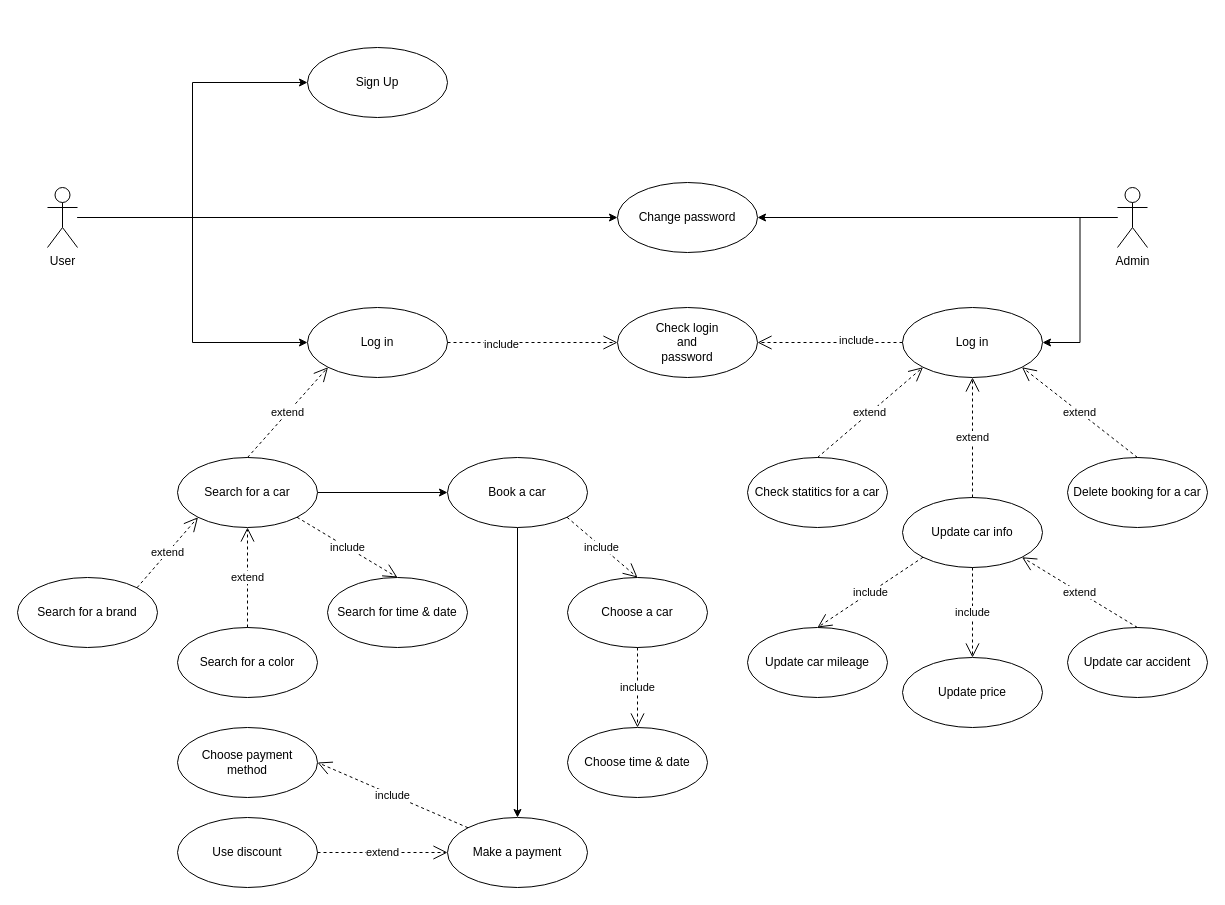
Before: use_case.drawio in AbdullinaLR/UML, a draw.io diagram. Source tidied: cells renumbered, new cells numbered last; positions are measured from the earlier drawing's top-left corner, leaving out a move shared by most shapes. Both pictures are drawn from the tidied source at 100%, with x=0, y=0 at pixel (17, 47).
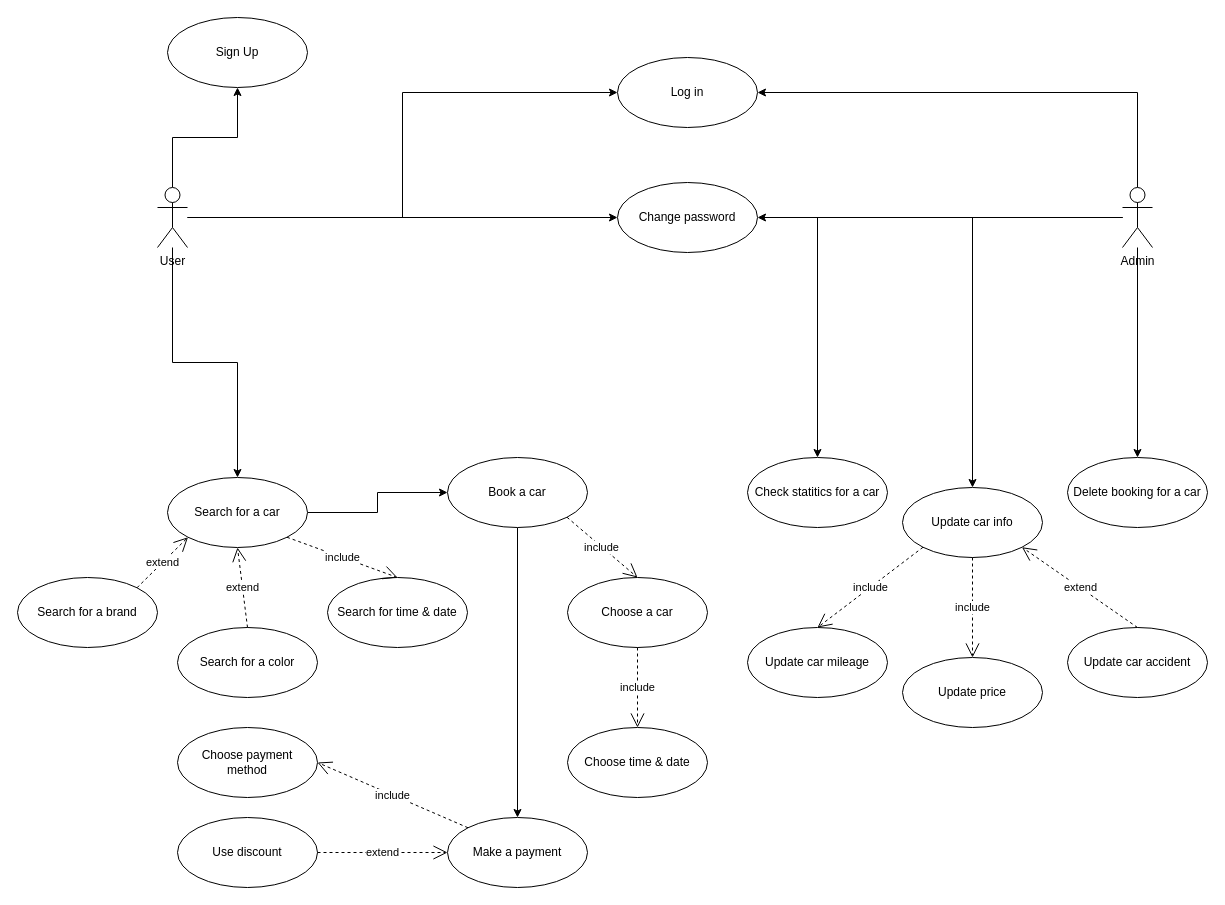
The same diagram, later.

Unchanged cells that the change refers to:
```xml
<mxCell id="35" value="Change password" style="ellipse;whiteSpace=wrap;html=1;" parent="1" vertex="1">
  <mxGeometry x="600" y="135" width="140" height="70" as="geometry" />
</mxCell>
<mxCell id="36" value="Check statitics for a car" style="ellipse;whiteSpace=wrap;html=1;" parent="1" vertex="1">
  <mxGeometry x="730" y="410" width="140" height="70" as="geometry" />
</mxCell>
<mxCell id="38" value="Delete booking for a car" style="ellipse;whiteSpace=wrap;html=1;" parent="1" vertex="1">
  <mxGeometry x="1050" y="410" width="140" height="70" as="geometry" />
</mxCell>
```

The edit, as a diff of the source:
```diff
@@
-    <mxCell id="2" style="edgeStyle=orthogonalEdgeStyle;rounded=0;jettySize=auto;html=1;entryX=1;entryY=0.5;entryDx=0;entryDy=0;" parent="1" edge="1" source="4" target="33">
-      <mxGeometry relative="1" as="geometry" />
-    </mxCell>
@@
+    <mxCell id="48" style="edgeStyle=orthogonalEdgeStyle;rounded=0;jettySize=auto;html=1;entryX=0.5;entryY=0;entryDx=0;entryDy=0;" parent="1" edge="1" source="4" target="40">
+      <mxGeometry relative="1" as="geometry" />
+    </mxCell>
+    <mxCell id="49" style="edgeStyle=orthogonalEdgeStyle;rounded=0;jettySize=auto;html=1;entryX=0.5;entryY=0;entryDx=0;entryDy=0;" parent="1" edge="1" source="4" target="36">
+      <mxGeometry relative="1" as="geometry" />
+    </mxCell>
+    <mxCell id="50" style="edgeStyle=orthogonalEdgeStyle;rounded=0;jettySize=auto;html=1;entryX=0.5;entryY=0;entryDx=0;entryDy=0;" parent="1" edge="1" source="4" target="38">
+      <mxGeometry relative="1" as="geometry" />
+    </mxCell>
+    <mxCell id="51" style="edgeStyle=orthogonalEdgeStyle;rounded=0;jettySize=auto;html=1;exitX=0.5;exitY=0;exitDx=0;exitDy=0;exitPerimeter=0;entryX=1;entryY=0.5;entryDx=0;entryDy=0;" parent="1" edge="1" source="4" target="28">
+      <mxGeometry relative="1" as="geometry" />
+    </mxCell>
     <mxCell id="4" value="Admin" style="shape=umlActor;verticalLabelPosition=bottom;verticalAlign=top;html=1;outlineConnect=0;" parent="1" vertex="1">
-      <mxGeometry x="1100" y="140" width="30" height="60" as="geometry" />
+      <mxGeometry x="1105" y="140" width="30" height="60" as="geometry" />
     </mxCell>
@@
+    <mxCell id="12" style="edgeStyle=orthogonalEdgeStyle;rounded=0;jettySize=auto;html=1;entryX=0;entryY=0.5;entryDx=0;entryDy=0;" parent="1" edge="1" source="13" target="35">
+      <mxGeometry relative="1" as="geometry" />
+    </mxCell>
+    <mxCell id="11" style="edgeStyle=orthogonalEdgeStyle;rounded=0;jettySize=auto;html=1;entryX=0;entryY=0.5;entryDx=0;entryDy=0;" parent="1" edge="1" source="13" target="28">
+      <mxGeometry relative="1" as="geometry" />
+    </mxCell>
+    <mxCell id="52" style="edgeStyle=orthogonalEdgeStyle;rounded=0;jettySize=auto;html=1;entryX=0.5;entryY=0;entryDx=0;entryDy=0;" parent="1" edge="1" source="13" target="15">
+      <mxGeometry relative="1" as="geometry" />
+    </mxCell>
-    <mxCell id="10" style="edgeStyle=orthogonalEdgeStyle;rounded=0;jettySize=auto;html=1;entryX=0;entryY=0.5;entryDx=0;entryDy=0;" parent="1" edge="1" source="13" target="31">
+    <mxCell id="10" style="edgeStyle=orthogonalEdgeStyle;rounded=0;jettySize=auto;html=1;entryX=0.5;entryY=1;entryDx=0;entryDy=0;" parent="1" edge="1" source="13" target="31">
       <mxGeometry relative="1" as="geometry" />
     </mxCell>
-    <mxCell id="11" style="edgeStyle=orthogonalEdgeStyle;rounded=0;jettySize=auto;html=1;entryX=0;entryY=0.5;entryDx=0;entryDy=0;" parent="1" edge="1" source="13" target="28">
-      <mxGeometry relative="1" as="geometry" />
-    </mxCell>
-    <mxCell id="12" style="edgeStyle=orthogonalEdgeStyle;rounded=0;jettySize=auto;html=1;entryX=0;entryY=0.5;entryDx=0;entryDy=0;" parent="1" edge="1" source="13" target="35">
-      <mxGeometry relative="1" as="geometry" />
-    </mxCell>
     <mxCell id="13" value="User" style="shape=umlActor;verticalLabelPosition=bottom;verticalAlign=top;html=1;outlineConnect=0;" parent="1" vertex="1">
-      <mxGeometry x="30" y="140" width="30" height="60" as="geometry" />
+      <mxGeometry x="140" y="140" width="30" height="60" as="geometry" />
     </mxCell>
@@
     <mxCell id="15" value="Search for a car" style="ellipse;whiteSpace=wrap;html=1;" parent="1" vertex="1">
-      <mxGeometry x="160" y="410" width="140" height="70" as="geometry" />
+      <mxGeometry x="150" y="430" width="140" height="70" as="geometry" />
     </mxCell>
@@
     <mxCell id="28" value="Log in" style="ellipse;whiteSpace=wrap;html=1;" parent="1" vertex="1">
-      <mxGeometry x="290" y="260" width="140" height="70" as="geometry" />
+      <mxGeometry x="600" y="10" width="140" height="70" as="geometry" />
     </mxCell>
-    <mxCell id="29" value="Check login&lt;br&gt;and&lt;br&gt;password" style="ellipse;whiteSpace=wrap;html=1;" parent="1" vertex="1">
-      <mxGeometry x="600" y="260" width="140" height="70" as="geometry" />
-    </mxCell>
-    <mxCell id="30" value="include" style="endArrow=open;endSize=12;dashed=1;html=1;rounded=0;entryX=0;entryY=0.5;entryDx=0;entryDy=0;" parent="1" edge="1" source="28" target="29">
-      <mxGeometry x="-0.37" y="-2" relative="1" as="geometry" />
-    </mxCell>
     <mxCell id="31" value="Sign Up" style="ellipse;whiteSpace=wrap;html=1;" parent="1" vertex="1">
-      <mxGeometry x="290" width="140" height="70" as="geometry" />
+      <mxGeometry x="150" y="-30" width="140" height="70" as="geometry" />
     </mxCell>
-    <mxCell id="32" value="extend" style="endArrow=open;endSize=12;dashed=1;html=1;rounded=0;exitX=0.5;exitY=0;exitDx=0;exitDy=0;entryX=0;entryY=1;entryDx=0;entryDy=0;" parent="1" edge="1" source="15" target="28">
-      <mxGeometry relative="1" as="geometry" />
-    </mxCell>
-    <mxCell id="33" value="Log in" style="ellipse;whiteSpace=wrap;html=1;" parent="1" vertex="1">
-      <mxGeometry x="885" y="260" width="140" height="70" as="geometry" />
-    </mxCell>
-    <mxCell id="34" value="include" style="endArrow=open;endSize=12;dashed=1;html=1;rounded=0;entryX=1;entryY=0.5;entryDx=0;entryDy=0;" parent="1" edge="1" source="33" target="29">
-      <mxGeometry x="-0.37" y="-2" relative="1" as="geometry" />
-    </mxCell>
@@
-    <mxCell id="37" value="extend" style="endArrow=open;endSize=12;dashed=1;html=1;rounded=0;exitX=0.5;exitY=0;exitDx=0;exitDy=0;entryX=0;entryY=1;entryDx=0;entryDy=0;" parent="1" edge="1" source="36" target="33">
-      <mxGeometry relative="1" as="geometry" />
-    </mxCell>
@@
-    <mxCell id="39" value="extend" style="endArrow=open;endSize=12;dashed=1;html=1;rounded=0;exitX=0.5;exitY=0;exitDx=0;exitDy=0;entryX=1;entryY=1;entryDx=0;entryDy=0;" parent="1" edge="1" source="38" target="33">
-      <mxGeometry relative="1" as="geometry" />
-    </mxCell>
     <mxCell id="40" value="Update car info" style="ellipse;whiteSpace=wrap;html=1;" parent="1" vertex="1">
-      <mxGeometry x="885" y="450" width="140" height="70" as="geometry" />
+      <mxGeometry x="885" y="440" width="140" height="70" as="geometry" />
     </mxCell>
-    <mxCell id="41" value="extend" style="endArrow=open;endSize=12;dashed=1;html=1;rounded=0;exitX=0.5;exitY=0;exitDx=0;exitDy=0;entryX=0.5;entryY=1;entryDx=0;entryDy=0;" parent="1" edge="1" source="40" target="33">
-      <mxGeometry relative="1" as="geometry" />
-    </mxCell>
```
